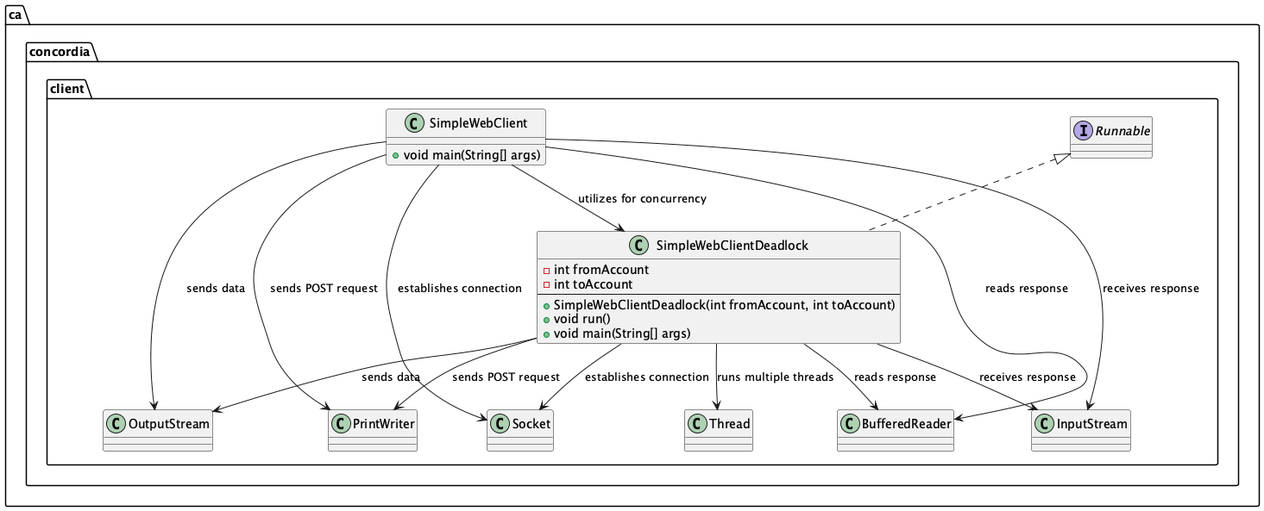
This is Prog_ass_2/webserver/Docs/Client_Design.png from Pepen0/Prog_ass_coen_346, a PlantUML export, as it was before one commit. Its diagram source:
```plantuml
@startuml

package ca.concordia.client {

    class SimpleWebClient {
        + void main(String[] args)
    }

    class SimpleWebClientDeadlock implements Runnable {
        - int fromAccount
        - int toAccount
        --
        + SimpleWebClientDeadlock(int fromAccount, int toAccount)
        + void run()
        + void main(String[] args)
    }

    SimpleWebClient --> Socket : "establishes connection"
    SimpleWebClient --> PrintWriter : "sends POST request"
    SimpleWebClient --> BufferedReader : "reads response"
    SimpleWebClient --> InputStream : "receives response"
    SimpleWebClient --> OutputStream : "sends data"

    SimpleWebClientDeadlock -down-> Thread : "runs multiple threads"
    SimpleWebClientDeadlock --> Socket : "establishes connection"
    SimpleWebClientDeadlock --> PrintWriter : "sends POST request"
    SimpleWebClientDeadlock --> BufferedReader : "reads response"
    SimpleWebClientDeadlock --> InputStream : "receives response"
    SimpleWebClientDeadlock --> OutputStream : "sends data"

    SimpleWebClient --> SimpleWebClientDeadlock : "utilizes for concurrency"
}

@enduml
```
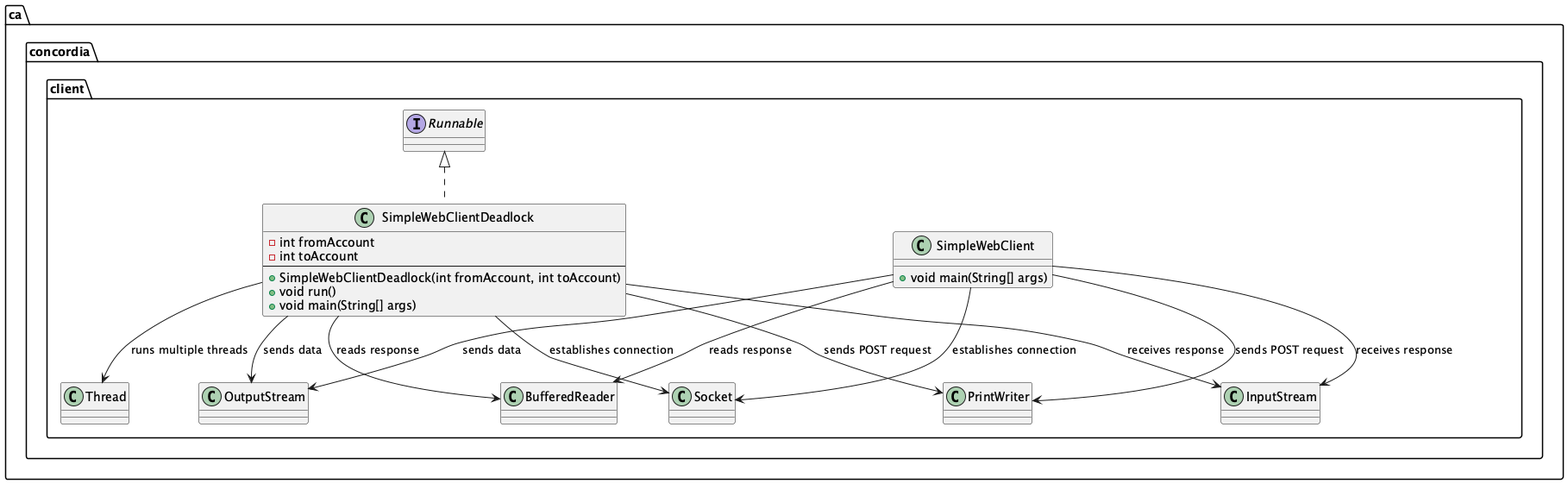
The same file after the commit.

Commit message:
Updated design document

What changed in the source:
```diff
@@ -27,8 +27,6 @@
     SimpleWebClientDeadlock --> BufferedReader : "reads response"
     SimpleWebClientDeadlock --> InputStream : "receives response"
     SimpleWebClientDeadlock --> OutputStream : "sends data"
-
-    SimpleWebClient --> SimpleWebClientDeadlock : "utilizes for concurrency"
 }
 
 @enduml
```
